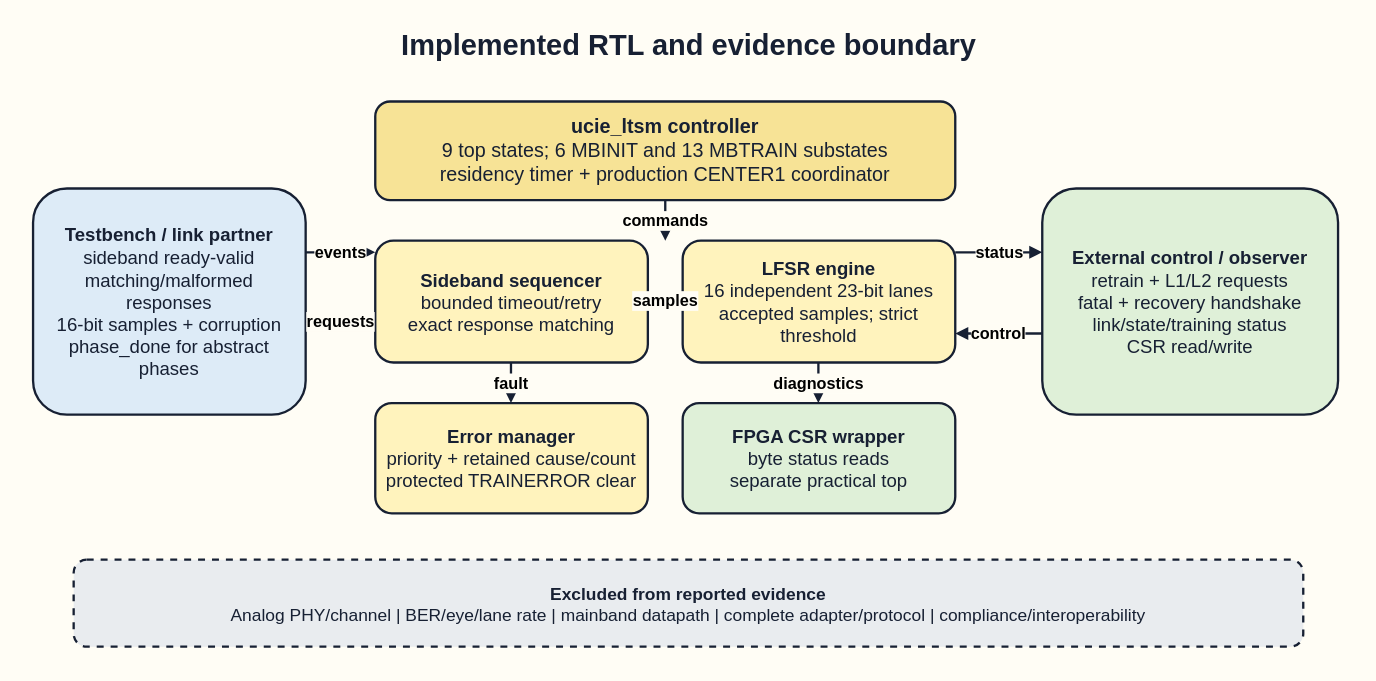
Before: journal/figures/source/fig01_scope.drawio in Varadain/ucie-ltsm, a draw.io diagram. Source tidied: cells renumbered, new cells numbered last; positions are measured from the earlier drawing's top-left corner, leaving out a move shared by most shapes. Both pictures are drawn from the tidied source at 116%, with x=0, y=0 at pixel (32, 20).
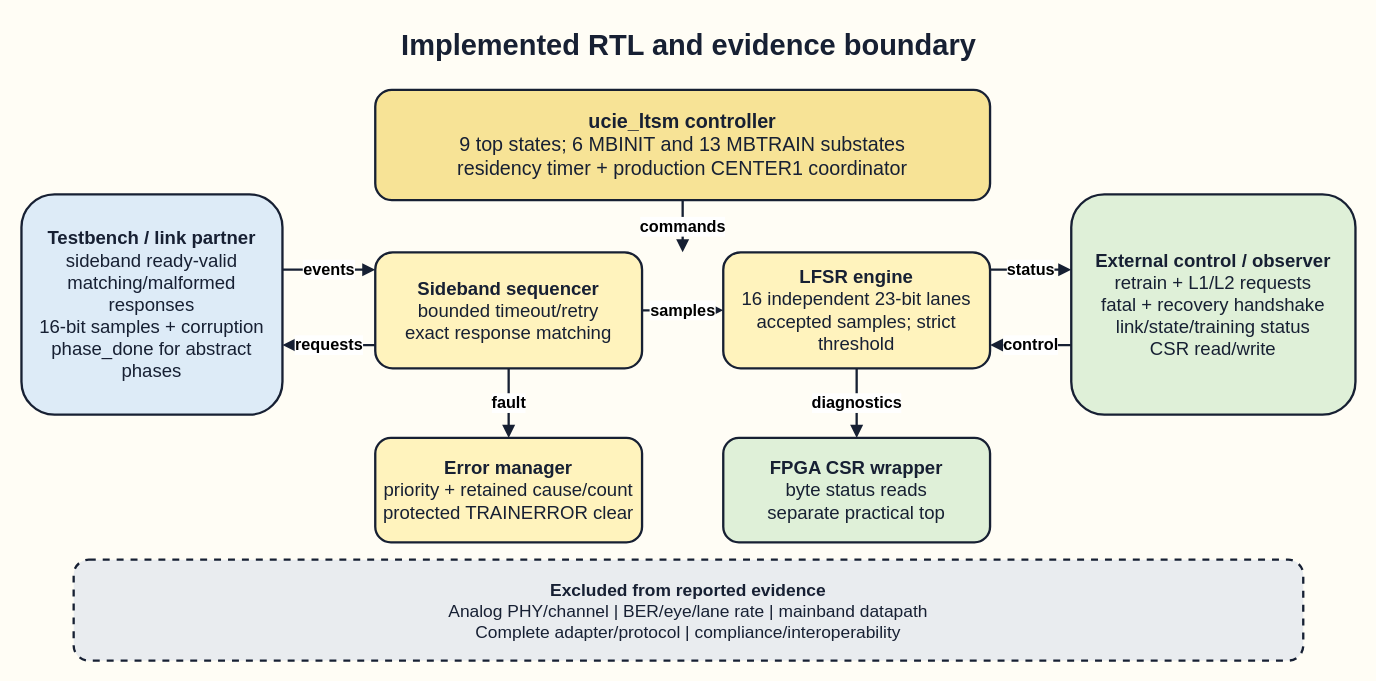
The same diagram, later.

The edit, as a diff of the source:
```diff
@@
     <mxCell id="3" value="&lt;b&gt;Testbench / link partner&lt;/b&gt;&lt;br&gt;sideband ready-valid&lt;br&gt;matching/malformed responses&lt;br&gt;16-bit samples + corruption&lt;br&gt;phase_done for abstract phases" style="rounded=1;whiteSpace=wrap;html=1;fillColor=#DDEBF7;strokeColor=#172033;strokeWidth=2;fontFamily=Arial;fontSize=16;fontColor=#172033;dashed=0;spacing=8;" parent="1" vertex="1">
-      <mxGeometry y="145" width="235" height="195" as="geometry" />
+      <mxGeometry x="-10" y="150" width="225" height="190" as="geometry" />
     </mxCell>
     <mxCell id="4" value="&lt;b&gt;ucie_ltsm controller&lt;/b&gt;&lt;br&gt;9 top states; 6 MBINIT and 13 MBTRAIN substates&lt;br&gt;residency timer + production CENTER1 coordinator" style="rounded=1;whiteSpace=wrap;html=1;fillColor=#F7E396;strokeColor=#172033;strokeWidth=2;fontFamily=Arial;fontSize=17;fontColor=#172033;dashed=0;spacing=8;" parent="1" vertex="1">
-      <mxGeometry x="295" y="70" width="500" height="85" as="geometry" />
+      <mxGeometry x="295" y="60" width="530" height="95" as="geometry" />
     </mxCell>
     <mxCell id="5" value="&lt;b&gt;Sideband sequencer&lt;/b&gt;&lt;br&gt;bounded timeout/retry&lt;br&gt;exact response matching" style="rounded=1;whiteSpace=wrap;html=1;fillColor=#FFF3BD;strokeColor=#172033;strokeWidth=2;fontFamily=Arial;fontSize=16;fontColor=#172033;dashed=0;spacing=8;" parent="1" vertex="1">
-      <mxGeometry x="295" y="190" width="235" height="105" as="geometry" />
+      <mxGeometry x="295" y="200" width="230" height="100" as="geometry" />
     </mxCell>
     <mxCell id="6" value="&lt;b&gt;LFSR engine&lt;/b&gt;&lt;br&gt;16 independent 23-bit lanes&lt;br&gt;accepted samples; strict threshold" style="rounded=1;whiteSpace=wrap;html=1;fillColor=#FFF3BD;strokeColor=#172033;strokeWidth=2;fontFamily=Arial;fontSize=16;fontColor=#172033;dashed=0;spacing=8;" parent="1" vertex="1">
-      <mxGeometry x="560" y="190" width="235" height="105" as="geometry" />
+      <mxGeometry x="595" y="200" width="230" height="100" as="geometry" />
     </mxCell>
     <mxCell id="7" value="&lt;b&gt;Error manager&lt;/b&gt;&lt;br&gt;priority + retained cause/count&lt;br&gt;protected TRAINERROR clear" style="rounded=1;whiteSpace=wrap;html=1;fillColor=#FFF3BD;strokeColor=#172033;strokeWidth=2;fontFamily=Arial;fontSize=16;fontColor=#172033;dashed=0;spacing=8;" parent="1" vertex="1">
-      <mxGeometry x="295" y="330" width="235" height="95" as="geometry" />
+      <mxGeometry x="295" y="360" width="230" height="90" as="geometry" />
     </mxCell>
     <mxCell id="8" value="&lt;b&gt;FPGA CSR wrapper&lt;/b&gt;&lt;br&gt;byte status reads&lt;br&gt;separate practical top" style="rounded=1;whiteSpace=wrap;html=1;fillColor=#DFF0D8;strokeColor=#172033;strokeWidth=2;fontFamily=Arial;fontSize=16;fontColor=#172033;dashed=0;spacing=8;" parent="1" vertex="1">
-      <mxGeometry x="560" y="330" width="235" height="95" as="geometry" />
+      <mxGeometry x="595" y="360" width="230" height="90" as="geometry" />
     </mxCell>
     <mxCell id="9" value="&lt;b&gt;External control / observer&lt;/b&gt;&lt;br&gt;retrain + L1/L2 requests&lt;br&gt;fatal + recovery handshake&lt;br&gt;link/state/training status&lt;br&gt;CSR read/write" style="rounded=1;whiteSpace=wrap;html=1;fillColor=#DFF0D8;strokeColor=#172033;strokeWidth=2;fontFamily=Arial;fontSize=16;fontColor=#172033;dashed=0;spacing=8;" parent="1" vertex="1">
-      <mxGeometry x="870" y="145" width="255" height="195" as="geometry" />
+      <mxGeometry x="895" y="150" width="245" height="190" as="geometry" />
     </mxCell>
-    <mxCell id="10" value="&lt;b&gt;Excluded from reported evidence&lt;/b&gt;&lt;br&gt;Analog PHY/channel | BER/eye/lane rate | mainband datapath | complete adapter/protocol | compliance/interoperability" style="rounded=1;whiteSpace=wrap;html=1;fillColor=#E9ECEF;strokeColor=#172033;strokeWidth=2;fontFamily=Arial;fontSize=15;fontColor=#172033;dashed=1;spacing=8;" parent="1" vertex="1">
-      <mxGeometry x="35" y="465" width="1060" height="75" as="geometry" />
+    <mxCell id="10" value="&lt;b&gt;Excluded from reported evidence&lt;/b&gt;&lt;br&gt;Analog PHY/channel | BER/eye/lane rate | mainband datapath&lt;br&gt;Complete adapter/protocol | compliance/interoperability" style="rounded=1;whiteSpace=wrap;html=1;fillColor=#E9ECEF;strokeColor=#172033;strokeWidth=2;fontFamily=Arial;fontSize=15;fontColor=#172033;dashed=1;spacing=8;" parent="1" vertex="1">
+      <mxGeometry x="35" y="465" width="1060" height="87" as="geometry" />
     </mxCell>
-    <mxCell id="11" value="events" style="edgeStyle=orthogonalEdgeStyle;rounded=0;orthogonalLoop=1;jettySize=auto;html=1;endArrow=block;endFill=1;strokeWidth=2;strokeColor=#172033;dashed=0;fontFamily=Arial;fontSize=14;fontStyle=1;labelBackgroundColor=#FFFDF5;" parent="1" edge="1">
+    <mxCell id="11" value="events" style="edgeStyle=orthogonalEdgeStyle;rounded=0;orthogonalLoop=1;jettySize=auto;html=1;endArrow=block;endFill=1;strokeWidth=2;strokeColor=#172033;dashed=0;fontFamily=Arial;fontSize=14;fontStyle=1;labelBackgroundColor=#ffffff;" parent="1" edge="1">
       <mxGeometry relative="1" as="geometry">
-        <mxPoint x="235" y="200" as="sourcePoint" />
-        <mxPoint x="295" y="200" as="targetPoint" />
+        <mxPoint x="215" y="215" as="sourcePoint" />
+        <mxPoint x="295" y="215" as="targetPoint" />
       </mxGeometry>
     </mxCell>
-    <mxCell id="12" value="requests" style="edgeStyle=orthogonalEdgeStyle;rounded=0;orthogonalLoop=1;jettySize=auto;html=1;endArrow=block;endFill=1;strokeWidth=2;strokeColor=#172033;dashed=0;fontFamily=Arial;fontSize=14;fontStyle=1;labelBackgroundColor=#FFFDF5;" parent="1" edge="1">
+    <mxCell id="12" value="requests" style="edgeStyle=orthogonalEdgeStyle;rounded=0;orthogonalLoop=1;jettySize=auto;html=1;endArrow=block;endFill=1;strokeWidth=2;strokeColor=#172033;dashed=0;fontFamily=Arial;fontSize=14;fontStyle=1;labelBackgroundColor=#ffffff;" parent="1" edge="1">
       <mxGeometry relative="1" as="geometry">
-        <mxPoint x="295" y="260" as="sourcePoint" />
-        <mxPoint x="235" y="260" as="targetPoint" />
+        <mxPoint x="295" y="280" as="sourcePoint" />
+        <mxPoint x="215" y="280" as="targetPoint" />
       </mxGeometry>
     </mxCell>
-    <mxCell id="13" value="samples" style="edgeStyle=orthogonalEdgeStyle;rounded=0;orthogonalLoop=1;jettySize=auto;html=1;endArrow=block;endFill=1;strokeWidth=2;strokeColor=#172033;dashed=0;fontFamily=Arial;fontSize=14;fontStyle=1;labelBackgroundColor=#FFFDF5;" parent="1" edge="1">
+    <mxCell id="13" value="samples" style="edgeStyle=orthogonalEdgeStyle;rounded=0;orthogonalLoop=1;jettySize=auto;html=1;endArrow=block;endFill=1;strokeWidth=2;strokeColor=#172033;dashed=0;fontFamily=Arial;fontSize=14;fontStyle=1;labelBackgroundColor=#ffffff;" parent="1" edge="1">
       <mxGeometry relative="1" as="geometry">
-        <mxPoint x="530" y="242" as="sourcePoint" />
-        <mxPoint x="560" y="242" as="targetPoint" />
+        <mxPoint x="525" y="250" as="sourcePoint" />
+        <mxPoint x="595" y="250" as="targetPoint" />
       </mxGeometry>
     </mxCell>
-    <mxCell id="14" value="status" style="edgeStyle=orthogonalEdgeStyle;rounded=0;orthogonalLoop=1;jettySize=auto;html=1;endArrow=block;endFill=1;strokeWidth=2;strokeColor=#172033;dashed=0;fontFamily=Arial;fontSize=14;fontStyle=1;labelBackgroundColor=#FFFDF5;" parent="1" edge="1">
+    <mxCell id="14" value="status" style="edgeStyle=orthogonalEdgeStyle;rounded=0;orthogonalLoop=1;jettySize=auto;html=1;endArrow=block;endFill=1;strokeWidth=2;strokeColor=#172033;dashed=0;fontFamily=Arial;fontSize=14;fontStyle=1;labelBackgroundColor=#ffffff;" parent="1" edge="1">
       <mxGeometry relative="1" as="geometry">
-        <mxPoint x="795" y="200" as="sourcePoint" />
-        <mxPoint x="870" y="200" as="targetPoint" />
+        <mxPoint x="825" y="215" as="sourcePoint" />
+        <mxPoint x="895" y="215" as="targetPoint" />
       </mxGeometry>
     </mxCell>
-    <mxCell id="15" value="control" style="edgeStyle=orthogonalEdgeStyle;rounded=0;orthogonalLoop=1;jettySize=auto;html=1;endArrow=block;endFill=1;strokeWidth=2;strokeColor=#172033;dashed=0;fontFamily=Arial;fontSize=14;fontStyle=1;labelBackgroundColor=#FFFDF5;" parent="1" edge="1">
+    <mxCell id="15" value="control" style="edgeStyle=orthogonalEdgeStyle;rounded=0;orthogonalLoop=1;jettySize=auto;html=1;endArrow=block;endFill=1;strokeWidth=2;strokeColor=#172033;dashed=0;fontFamily=Arial;fontSize=14;fontStyle=1;labelBackgroundColor=#ffffff;" parent="1" edge="1">
       <mxGeometry relative="1" as="geometry">
-        <mxPoint x="870" y="270" as="sourcePoint" />
-        <mxPoint x="795" y="270" as="targetPoint" />
+        <mxPoint x="895" y="280" as="sourcePoint" />
+        <mxPoint x="825" y="280" as="targetPoint" />
       </mxGeometry>
     </mxCell>
-    <mxCell id="16" value="commands" style="edgeStyle=orthogonalEdgeStyle;rounded=0;orthogonalLoop=1;jettySize=auto;html=1;endArrow=block;endFill=1;strokeWidth=2;strokeColor=#172033;dashed=0;fontFamily=Arial;fontSize=14;fontStyle=1;labelBackgroundColor=#FFFDF5;" parent="1" edge="1">
+    <mxCell id="16" value="commands" style="edgeStyle=orthogonalEdgeStyle;rounded=0;orthogonalLoop=1;jettySize=auto;html=1;endArrow=block;endFill=1;strokeWidth=2;strokeColor=#172033;dashed=0;fontFamily=Arial;fontSize=14;fontStyle=1;labelBackgroundColor=#ffffff;" parent="1" edge="1">
       <mxGeometry relative="1" as="geometry">
-        <mxPoint x="545" y="155" as="sourcePoint" />
-        <mxPoint x="545" y="190" as="targetPoint" />
+        <mxPoint x="560" y="155" as="sourcePoint" />
+        <mxPoint x="560" y="200" as="targetPoint" />
       </mxGeometry>
     </mxCell>
-    <mxCell id="17" value="fault" style="edgeStyle=orthogonalEdgeStyle;rounded=0;orthogonalLoop=1;jettySize=auto;html=1;endArrow=block;endFill=1;strokeWidth=2;strokeColor=#172033;dashed=0;fontFamily=Arial;fontSize=14;fontStyle=1;labelBackgroundColor=#FFFDF5;" parent="1" edge="1">
+    <mxCell id="17" value="fault" style="edgeStyle=orthogonalEdgeStyle;rounded=0;orthogonalLoop=1;jettySize=auto;html=1;endArrow=block;endFill=1;strokeWidth=2;strokeColor=#172033;dashed=0;fontFamily=Arial;fontSize=14;fontStyle=1;labelBackgroundColor=#ffffff;" parent="1" edge="1">
       <mxGeometry relative="1" as="geometry">
-        <mxPoint x="412" y="295" as="sourcePoint" />
-        <mxPoint x="412" y="330" as="targetPoint" />
+        <mxPoint x="410" y="300" as="sourcePoint" />
+        <mxPoint x="410" y="360" as="targetPoint" />
       </mxGeometry>
     </mxCell>
-    <mxCell id="18" value="diagnostics" style="edgeStyle=orthogonalEdgeStyle;rounded=0;orthogonalLoop=1;jettySize=auto;html=1;endArrow=block;endFill=1;strokeWidth=2;strokeColor=#172033;dashed=0;fontFamily=Arial;fontSize=14;fontStyle=1;labelBackgroundColor=#FFFDF5;" parent="1" edge="1">
+    <mxCell id="18" value="diagnostics" style="edgeStyle=orthogonalEdgeStyle;rounded=0;orthogonalLoop=1;jettySize=auto;html=1;endArrow=block;endFill=1;strokeWidth=2;strokeColor=#172033;dashed=0;fontFamily=Arial;fontSize=14;fontStyle=1;labelBackgroundColor=#ffffff;" parent="1" edge="1">
       <mxGeometry relative="1" as="geometry">
-        <mxPoint x="677" y="295" as="sourcePoint" />
-        <mxPoint x="677" y="330" as="targetPoint" />
+        <mxPoint x="710" y="300" as="sourcePoint" />
+        <mxPoint x="710" y="360" as="targetPoint" />
       </mxGeometry>
     </mxCell>
```
